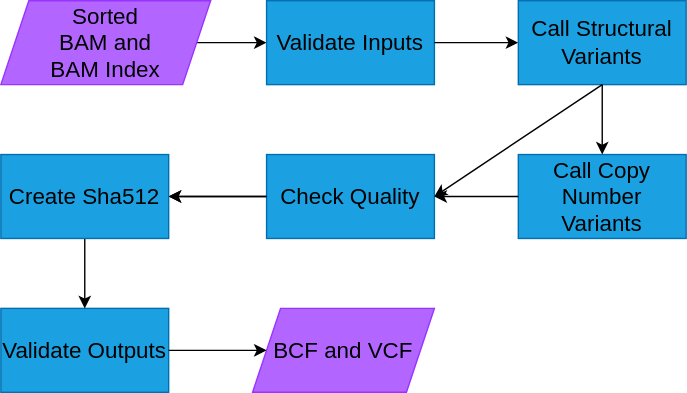
uclahs-cds/pipeline-call-gSV keeps this draw.io diagram as call-gSV-flowchart-diagram.drawio.svg. Above is the earlier version. Source tidied: cells renumbered, new cells last; positions are measured from the earlier drawing's top-left corner, leaving out a move shared by most shapes.
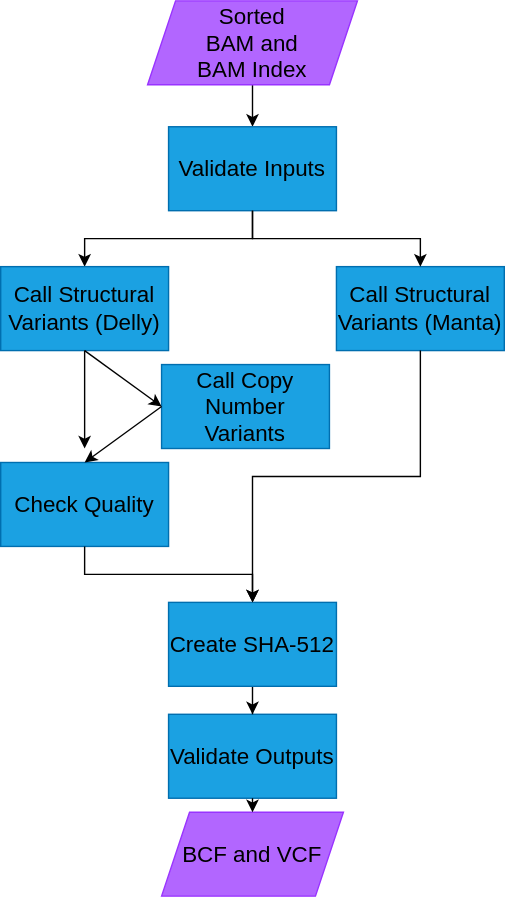
The same diagram one commit later.

Commit message:
Updated flowchart diagram with Manta flow

The edit, as a diff of the source:
```diff
@@ -2,58 +2,64 @@
   <root>
     <mxCell id="0" />
     <mxCell id="1" parent="0" />
-    <mxCell id="2" style="endArrow=classic;html=1;entryX=0;entryY=0.5;entryDx=0;entryDy=0;exitX=1;exitY=0.5;exitDx=0;exitDy=0;strokeColor=#000000;" parent="1" edge="1" source="3" target="4">
+    <mxCell id="2" style="endArrow=classic;html=1;entryX=0.5;entryY=0;entryDx=0;entryDy=0;exitX=0.5;exitY=1;exitDx=0;exitDy=0;strokeColor=#000000;" parent="1" edge="1" source="3" target="4">
       <mxGeometry relative="1" as="geometry" />
     </mxCell>
     <mxCell id="3" value="Sorted &lt;br style=&quot;font-size: 16px;&quot;&gt;BAM and &lt;br style=&quot;font-size: 16px;&quot;&gt;BAM Index" style="shape=parallelogram;perimeter=parallelogramPerimeter;whiteSpace=wrap;html=1;fixedSize=1;fillColor=#B266FF;strokeColor=#9933FF;fontSize=16;fontColor=#000000;" parent="1" vertex="1">
-      <mxGeometry width="150" height="60" as="geometry" />
+      <mxGeometry x="175" y="-20" width="150" height="60" as="geometry" />
     </mxCell>
     <mxCell id="4" value="Validate Inputs" style="rounded=0;whiteSpace=wrap;html=1;fillColor=#1ba1e2;strokeColor=#006EAF;fontColor=#000000;fontSize=16;" parent="1" vertex="1">
-      <mxGeometry x="190" width="120" height="60" as="geometry" />
+      <mxGeometry x="190" y="70" width="120" height="60" as="geometry" />
     </mxCell>
-    <mxCell id="5" style="edgeStyle=orthogonalEdgeStyle;rounded=0;jettySize=auto;html=1;exitX=1;exitY=0.5;exitDx=0;exitDy=0;entryX=0;entryY=0.5;entryDx=0;entryDy=0;strokeColor=#000000;" parent="1" edge="1" source="4" target="6">
+    <mxCell id="5" style="edgeStyle=orthogonalEdgeStyle;rounded=0;jettySize=auto;html=1;exitX=0.5;exitY=1;exitDx=0;exitDy=0;entryX=0.5;entryY=0;entryDx=0;entryDy=0;strokeColor=#000000;" parent="1" edge="1" source="4" target="6">
       <mxGeometry relative="1" as="geometry" />
     </mxCell>
-    <mxCell id="6" value="Call Structural Variants" style="rounded=0;whiteSpace=wrap;html=1;fillColor=#1ba1e2;strokeColor=#006EAF;fontColor=#000000;fontSize=16;" parent="1" vertex="1">
-      <mxGeometry x="370" width="120" height="60" as="geometry" />
+    <mxCell id="6" value="Call Structural Variants (Delly)" style="rounded=0;whiteSpace=wrap;html=1;fillColor=#1ba1e2;strokeColor=#006EAF;fontColor=#000000;fontSize=16;" parent="1" vertex="1">
+      <mxGeometry x="70" y="170" width="120" height="60" as="geometry" />
     </mxCell>
     <mxCell id="7" value="Check Quality" style="rounded=0;whiteSpace=wrap;html=1;fillColor=#1ba1e2;strokeColor=#006EAF;fontColor=#000000;fontSize=16;" parent="1" vertex="1">
-      <mxGeometry x="190" y="110" width="120" height="60" as="geometry" />
+      <mxGeometry x="70" y="310" width="120" height="60" as="geometry" />
     </mxCell>
-    <mxCell id="8" style="edgeStyle=orthogonalEdgeStyle;rounded=0;jettySize=auto;html=1;exitX=0;exitY=0.5;exitDx=0;exitDy=0;entryX=1;entryY=0.5;entryDx=0;entryDy=0;strokeColor=#000000;" parent="1" edge="1" source="7" target="13">
+    <mxCell id="8" style="edgeStyle=orthogonalEdgeStyle;rounded=0;jettySize=auto;html=1;exitX=0.5;exitY=1;exitDx=0;exitDy=0;strokeColor=#000000;entryX=0.5;entryY=0;entryDx=0;entryDy=0;" parent="1" edge="1" source="7" target="13">
       <mxGeometry relative="1" as="geometry" />
     </mxCell>
     <mxCell id="9" value="Validate Outputs" style="rounded=0;whiteSpace=wrap;html=1;fillColor=#1ba1e2;strokeColor=#006EAF;fontColor=#000000;fontSize=16;" parent="1" vertex="1">
-      <mxGeometry y="220" width="120" height="60" as="geometry" />
+      <mxGeometry x="190" y="490" width="120" height="60" as="geometry" />
     </mxCell>
     <mxCell id="10" value="BCF and VCF" style="shape=parallelogram;perimeter=parallelogramPerimeter;whiteSpace=wrap;html=1;fixedSize=1;fillColor=#B266FF;strokeColor=#9933FF;fontSize=16;fontColor=#000000;" parent="1" vertex="1">
-      <mxGeometry x="180" y="220" width="130" height="60" as="geometry" />
+      <mxGeometry x="185" y="560" width="130" height="60" as="geometry" />
     </mxCell>
     <mxCell id="11" style="edgeStyle=orthogonalEdgeStyle;rounded=0;jettySize=auto;html=1;strokeColor=#000000;" parent="1" edge="1" source="13" target="9">
       <mxGeometry relative="1" as="geometry" />
     </mxCell>
-    <mxCell id="12" style="endArrow=classic;html=1;exitX=1;exitY=0.5;exitDx=0;exitDy=0;entryX=0;entryY=0.5;entryDx=0;entryDy=0;" parent="1" edge="1" source="9" target="10">
+    <mxCell id="12" style="endArrow=classic;html=1;exitX=0.5;exitY=1;exitDx=0;exitDy=0;entryX=0.5;entryY=0;entryDx=0;entryDy=0;" parent="1" edge="1" source="9" target="10">
       <mxGeometry relative="1" as="geometry" />
     </mxCell>
-    <mxCell id="13" value="Create Sha512" style="rounded=0;whiteSpace=wrap;html=1;fillColor=#1ba1e2;strokeColor=#006EAF;fontColor=#000000;fontSize=16;" parent="1" vertex="1">
-      <mxGeometry y="110" width="120" height="60" as="geometry" />
+    <mxCell id="13" value="Create SHA-512" style="rounded=0;whiteSpace=wrap;html=1;fillColor=#1ba1e2;strokeColor=#006EAF;fontColor=#000000;fontSize=16;" parent="1" vertex="1">
+      <mxGeometry x="190" y="410" width="120" height="60" as="geometry" />
     </mxCell>
-    <mxCell id="14" style="edgeStyle=orthogonalEdgeStyle;rounded=0;jettySize=auto;html=1;strokeColor=#000000;" parent="1" edge="1" target="13">
-      <mxGeometry relative="1" as="geometry">
-        <mxPoint x="190" y="140" as="sourcePoint" />
-      </mxGeometry>
-    </mxCell>
     <mxCell id="15" value="Call Copy Number Variants" style="rounded=0;whiteSpace=wrap;html=1;fillColor=#1ba1e2;strokeColor=#006EAF;fontColor=#000000;fontSize=16;" parent="1" vertex="1">
-      <mxGeometry x="370" y="110" width="120" height="60" as="geometry" />
+      <mxGeometry x="185" y="240" width="120" height="60" as="geometry" />
     </mxCell>
-    <mxCell id="16" style="endArrow=classic;html=1;entryX=0.5;entryY=0;entryDx=0;entryDy=0;exitX=0.5;exitY=1;exitDx=0;exitDy=0;" parent="1" edge="1" source="6" target="15">
+    <mxCell id="16" style="endArrow=classic;html=1;entryX=0;entryY=0.5;entryDx=0;entryDy=0;exitX=0.5;exitY=1;exitDx=0;exitDy=0;" parent="1" edge="1" source="6" target="15">
       <mxGeometry relative="1" as="geometry" />
     </mxCell>
-    <mxCell id="17" style="endArrow=classic;html=1;entryX=1;entryY=0.5;entryDx=0;entryDy=0;exitX=0;exitY=0.5;exitDx=0;exitDy=0;" parent="1" edge="1" source="15" target="7">
+    <mxCell id="17" style="endArrow=classic;html=1;entryX=0.5;entryY=0;entryDx=0;entryDy=0;exitX=0;exitY=0.5;exitDx=0;exitDy=0;" parent="1" edge="1" source="15" target="7">
       <mxGeometry relative="1" as="geometry" />
     </mxCell>
-    <mxCell id="18" style="endArrow=classic;html=1;exitX=0.5;exitY=1;exitDx=0;exitDy=0;entryX=1;entryY=0.5;entryDx=0;entryDy=0;" parent="1" edge="1" source="6" target="7">
-      <mxGeometry relative="1" as="geometry" />
+    <mxCell id="18" style="endArrow=classic;html=1;exitX=0.5;exitY=1;exitDx=0;exitDy=0;" parent="1" edge="1" source="6">
+      <mxGeometry relative="1" as="geometry">
+        <mxPoint x="130" y="300" as="targetPoint" />
+      </mxGeometry>
     </mxCell>
+    <mxCell id="19" value="Call Structural Variants (Manta)" style="rounded=0;whiteSpace=wrap;html=1;fillColor=#1ba1e2;strokeColor=#006EAF;fontColor=#000000;fontSize=16;" parent="1" vertex="1">
+      <mxGeometry x="310" y="170" width="120" height="60" as="geometry" />
+    </mxCell>
+    <mxCell id="20" style="edgeStyle=orthogonalEdgeStyle;rounded=0;jettySize=auto;html=1;exitX=0.5;exitY=1;exitDx=0;exitDy=0;entryX=0.5;entryY=0;entryDx=0;entryDy=0;strokeColor=#000000;" parent="1" edge="1" source="4" target="19">
+      <mxGeometry relative="1" as="geometry" />
+    </mxCell>
+    <mxCell id="21" style="edgeStyle=orthogonalEdgeStyle;rounded=0;jettySize=auto;html=1;exitX=0.5;exitY=1;exitDx=0;exitDy=0;entryX=0.5;entryY=0;entryDx=0;entryDy=0;strokeColor=#000000;" parent="1" edge="1" source="19" target="13">
+      <mxGeometry relative="1" as="geometry" />
+    </mxCell>
   </root>
 </mxGraphModel>
```
